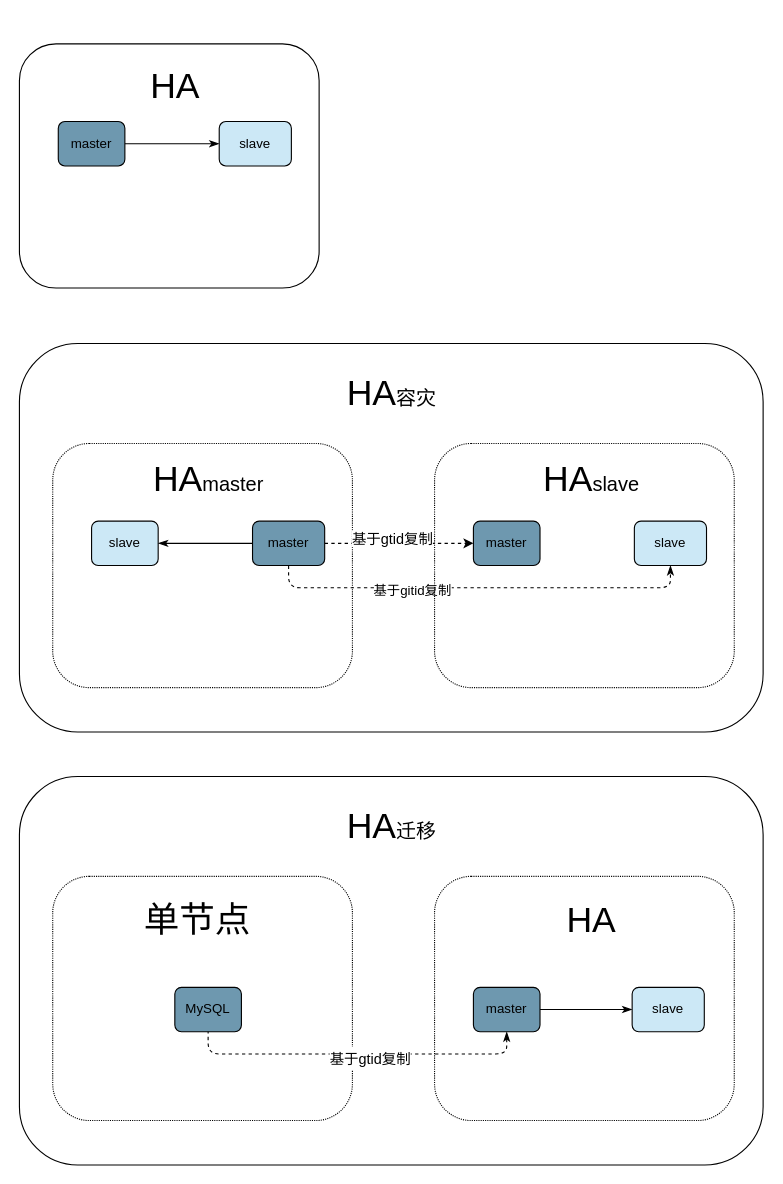
Above: page "MySQL-HA" (1 of 8) of dbscan/dbscan.drawio in maopashui/drawio (draw.io), before the change. Source tidied: cells renumbered, new cells numbered last; positions are measured from the earlier drawing's top-left corner, leaving out a move shared by most shapes. Both pictures are drawn from the tidied source at 111%, with x=0, y=0 at pixel (19, 19).
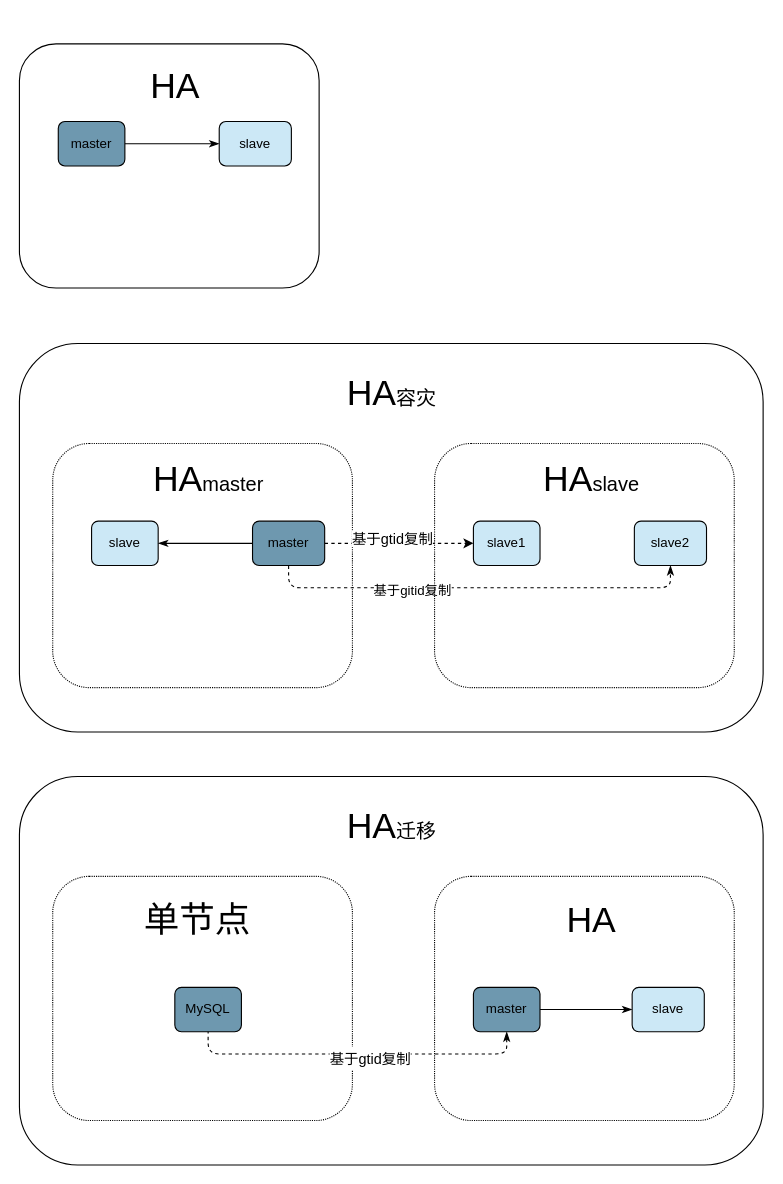
The same diagram, later.

Diff of the diagram source:
```diff
@@
-    <mxCell id="18" value="master" style="rounded=1;whiteSpace=wrap;html=1;glass=0;fillColor=#6E98AF;" parent="1" vertex="1">
+    <mxCell id="18" value="slave1" style="rounded=1;whiteSpace=wrap;html=1;glass=0;fillColor=#CCE8F6;" parent="1" vertex="1">
       <mxGeometry x="409" y="452" width="60" height="40" as="geometry" />
     </mxCell>
-    <mxCell id="19" value="slave" style="rounded=1;whiteSpace=wrap;html=1;glass=0;fillColor=#CCE8F6;" parent="1" vertex="1">
+    <mxCell id="19" value="slave2" style="rounded=1;whiteSpace=wrap;html=1;glass=0;fillColor=#CCE8F6;" parent="1" vertex="1">
       <mxGeometry x="554" y="452" width="65" height="40" as="geometry" />
     </mxCell>
```
